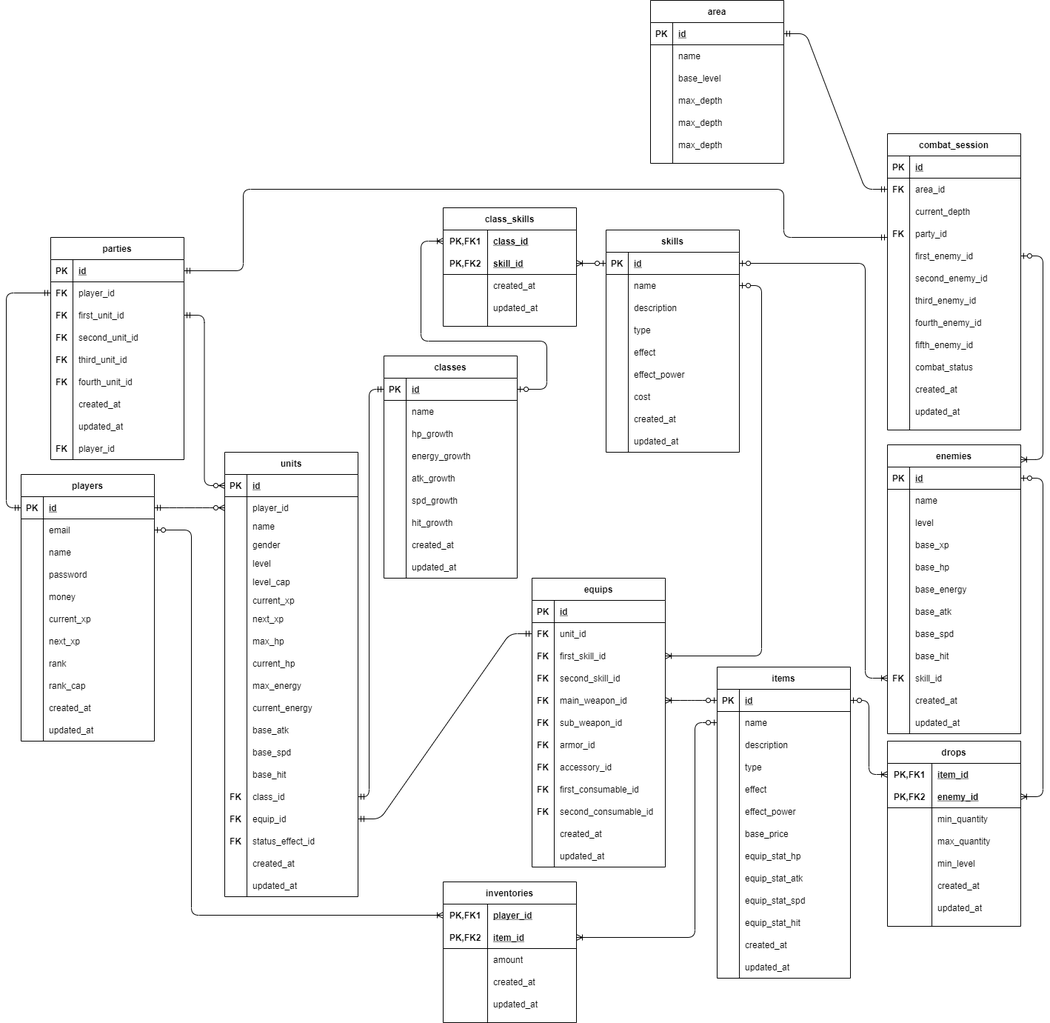
BudiartoSalim/ts-dg-explorer-server keeps this draw.io diagram as docs/dg-explorer-erd.png. Above is the earlier version. Source tidied: cells renumbered, new cells last; positions are measured from the earlier drawing's top-left corner, leaving out a move shared by most shapes.
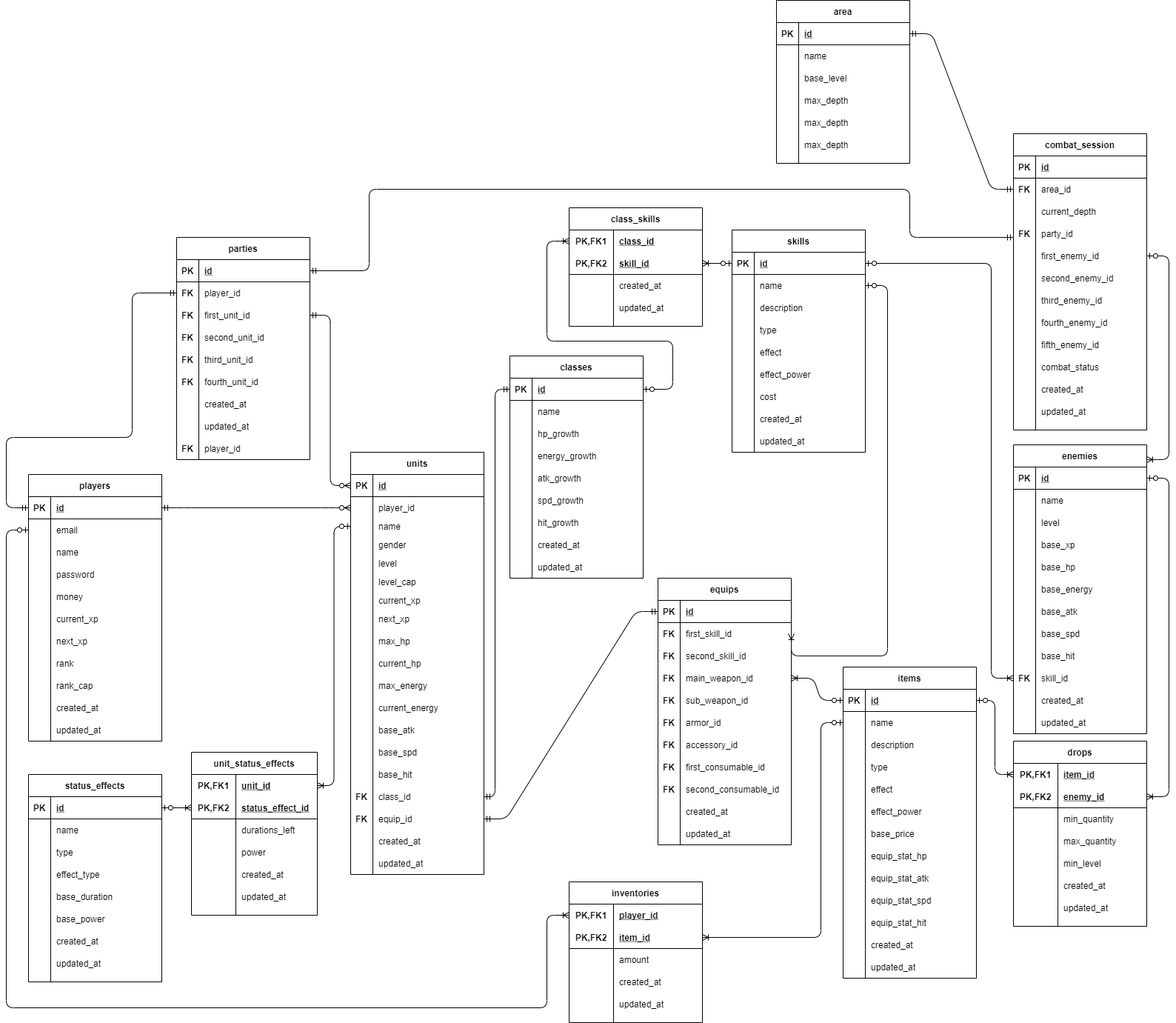
After the commit.

Commit message:
added status effects and the conjunction table in erd

The edit, as a diff of the source:
```diff
@@ -5,3 +5,3 @@
     <mxCell id="2" value="players" style="shape=table;startSize=30;rowLines=0;fontStyle=1;align=center;" parent="1" vertex="1">
-      <mxGeometry x="20" y="640" width="180" height="360" as="geometry" />
+      <mxGeometry x="-140" y="640" width="180" height="360" as="geometry" />
     </mxCell>
@@ -107,3 +107,3 @@
     <mxCell id="36" value="units" style="shape=table;startSize=30;rowLines=0;fontStyle=1;align=center;" parent="1" vertex="1">
-      <mxGeometry x="295" y="610" width="180" height="600" as="geometry" />
+      <mxGeometry x="295" y="610" width="180" height="570" as="geometry" />
     </mxCell>
@@ -262,13 +262,4 @@
     </mxCell>
-    <mxCell id="88" style="shape=partialRectangle;fillColor=none;top=0;left=0;bottom=0;right=0;" parent="36" vertex="1">
-      <mxGeometry y="510" width="180" height="30" as="geometry" />
-    </mxCell>
-    <mxCell id="89" value="FK" style="shape=partialRectangle;fillColor=none;top=0;left=0;bottom=0;right=0;overflow=hidden;fontStyle=1;" parent="88" vertex="1">
-      <mxGeometry width="30" height="30" as="geometry" />
-    </mxCell>
-    <mxCell id="90" value="status_effect_id" style="shape=partialRectangle;fillColor=none;top=0;left=0;bottom=0;right=0;align=left;spacingLeft=6;overflow=hidden;" parent="88" vertex="1">
-      <mxGeometry x="30" width="150" height="30" as="geometry" />
-    </mxCell>
     <mxCell id="91" style="shape=partialRectangle;fillColor=none;top=0;left=0;bottom=0;right=0;" parent="36" vertex="1">
-      <mxGeometry y="540" width="180" height="30" as="geometry" />
+      <mxGeometry y="510" width="180" height="30" as="geometry" />
     </mxCell>
@@ -281,3 +272,3 @@
     <mxCell id="94" style="shape=partialRectangle;fillColor=none;top=0;left=0;bottom=0;right=0;" parent="36" vertex="1">
-      <mxGeometry y="570" width="180" height="30" as="geometry" />
+      <mxGeometry y="540" width="180" height="30" as="geometry" />
     </mxCell>
@@ -471,3 +462,5 @@
         <Array as="points">
-          <mxPoint y="685" />
+          <mxPoint x="-170" y="685" />
+          <mxPoint x="-170" y="590" />
+          <mxPoint y="590" />
           <mxPoint y="395" />
@@ -480,3 +473,3 @@
     <mxCell id="157" value="equips" style="shape=table;startSize=30;rowLines=0;fontStyle=1;align=center;" parent="1" vertex="1">
-      <mxGeometry x="710" y="780" width="180" height="390" as="geometry" />
+      <mxGeometry x="710" y="780" width="180" height="360" as="geometry" />
     </mxCell>
@@ -491,13 +484,4 @@
     </mxCell>
-    <mxCell id="161" style="shape=partialRectangle;fillColor=none;top=0;left=0;bottom=0;right=0;points=[[0,0.5],[1,0.5]];portConstraint=eastwest;" parent="157" vertex="1">
-      <mxGeometry y="60" width="180" height="30" as="geometry" />
-    </mxCell>
-    <mxCell id="162" value="FK" style="shape=partialRectangle;fillColor=none;top=0;left=0;bottom=0;right=0;overflow=hidden;fontStyle=1;" parent="161" vertex="1">
-      <mxGeometry width="30" height="30" as="geometry" />
-    </mxCell>
-    <mxCell id="163" value="unit_id" style="shape=partialRectangle;fillColor=none;top=0;left=0;bottom=0;right=0;align=left;spacingLeft=6;overflow=hidden;" parent="161" vertex="1">
-      <mxGeometry x="30" width="150" height="30" as="geometry" />
-    </mxCell>
     <mxCell id="164" style="shape=partialRectangle;fillColor=none;top=0;left=0;bottom=0;right=0;points=[[0,0.5],[1,0.5]];portConstraint=eastwest;" parent="157" vertex="1">
-      <mxGeometry y="90" width="180" height="30" as="geometry" />
+      <mxGeometry y="60" width="180" height="30" as="geometry" />
     </mxCell>
@@ -510,3 +494,3 @@
     <mxCell id="167" style="shape=partialRectangle;fillColor=none;top=0;left=0;bottom=0;right=0;" parent="157" vertex="1">
-      <mxGeometry y="120" width="180" height="30" as="geometry" />
+      <mxGeometry y="90" width="180" height="30" as="geometry" />
     </mxCell>
@@ -519,3 +503,3 @@
     <mxCell id="170" style="shape=partialRectangle;fillColor=none;top=0;left=0;bottom=0;right=0;points=[[0,0.5],[1,0.5]];portConstraint=eastwest;" parent="157" vertex="1">
-      <mxGeometry y="150" width="180" height="30" as="geometry" />
+      <mxGeometry y="120" width="180" height="30" as="geometry" />
     </mxCell>
@@ -528,3 +512,3 @@
     <mxCell id="173" style="shape=partialRectangle;fillColor=none;top=0;left=0;bottom=0;right=0;" parent="157" vertex="1">
-      <mxGeometry y="180" width="180" height="30" as="geometry" />
+      <mxGeometry y="150" width="180" height="30" as="geometry" />
     </mxCell>
@@ -537,3 +521,3 @@
     <mxCell id="176" style="shape=partialRectangle;fillColor=none;top=0;left=0;bottom=0;right=0;" parent="157" vertex="1">
-      <mxGeometry y="210" width="180" height="30" as="geometry" />
+      <mxGeometry y="180" width="180" height="30" as="geometry" />
     </mxCell>
@@ -546,3 +530,3 @@
     <mxCell id="179" style="shape=partialRectangle;fillColor=none;top=0;left=0;bottom=0;right=0;" parent="157" vertex="1">
-      <mxGeometry y="240" width="180" height="30" as="geometry" />
+      <mxGeometry y="210" width="180" height="30" as="geometry" />
     </mxCell>
@@ -555,3 +539,3 @@
     <mxCell id="182" style="shape=partialRectangle;fillColor=none;top=0;left=0;bottom=0;right=0;" parent="157" vertex="1">
-      <mxGeometry y="270" width="180" height="30" as="geometry" />
+      <mxGeometry y="240" width="180" height="30" as="geometry" />
     </mxCell>
@@ -564,3 +548,3 @@
     <mxCell id="185" style="shape=partialRectangle;fillColor=none;top=0;left=0;bottom=0;right=0;" parent="157" vertex="1">
-      <mxGeometry y="300" width="180" height="30" as="geometry" />
+      <mxGeometry y="270" width="180" height="30" as="geometry" />
     </mxCell>
@@ -573,3 +557,3 @@
     <mxCell id="188" style="shape=partialRectangle;fillColor=none;top=0;left=0;bottom=0;right=0;" parent="157" vertex="1">
-      <mxGeometry y="330" width="180" height="30" as="geometry" />
+      <mxGeometry y="300" width="180" height="30" as="geometry" />
     </mxCell>
@@ -582,3 +566,3 @@
     <mxCell id="191" style="shape=partialRectangle;fillColor=none;top=0;left=0;bottom=0;right=0;" parent="157" vertex="1">
-      <mxGeometry y="360" width="180" height="30" as="geometry" />
+      <mxGeometry y="330" width="180" height="30" as="geometry" />
     </mxCell>
@@ -734,3 +718,3 @@
     </mxCell>
-    <mxCell id="238" style="edgeStyle=entityRelationEdgeStyle;fontSize=12;html=1;endArrow=ERmandOne;startArrow=ERmandOne;exitX=1;exitY=0.5;exitDx=0;exitDy=0;entryX=0;entryY=0.5;entryDx=0;entryDy=0;" parent="1" edge="1" source="85" target="161">
+    <mxCell id="238" style="edgeStyle=entityRelationEdgeStyle;fontSize=12;html=1;endArrow=ERmandOne;startArrow=ERmandOne;exitX=1;exitY=0.5;exitDx=0;exitDy=0;entryX=0;entryY=0.5;entryDx=0;entryDy=0;" parent="1" edge="1" source="85" target="158">
       <mxGeometry relative="1" as="geometry" />
@@ -908,7 +892,9 @@
     </mxCell>
-    <mxCell id="296" style="edgeStyle=orthogonalEdgeStyle;fontSize=12;html=1;endArrow=ERoneToMany;startArrow=ERzeroToOne;exitX=1;exitY=0.5;exitDx=0;exitDy=0;entryX=0;entryY=0.5;entryDx=0;entryDy=0;" parent="1" edge="1" source="6" target="281">
+    <mxCell id="296" style="edgeStyle=orthogonalEdgeStyle;fontSize=12;html=1;endArrow=ERoneToMany;startArrow=ERzeroToOne;exitX=0;exitY=0.5;exitDx=0;exitDy=0;entryX=0;entryY=0.5;entryDx=0;entryDy=0;" parent="1" edge="1" source="6" target="281">
       <mxGeometry relative="1" as="geometry">
         <Array as="points">
-          <mxPoint x="250" y="715" />
-          <mxPoint x="250" y="1235" />
+          <mxPoint x="-170" y="715" />
+          <mxPoint x="-170" y="1360" />
+          <mxPoint x="560" y="1360" />
+          <mxPoint x="560" y="1235" />
         </Array>
@@ -1305,2 +1291,140 @@
     </mxCell>
+    <mxCell id="419" value="status_effects" style="shape=table;startSize=30;rowLines=0;fontStyle=1;align=center;" parent="1" vertex="1">
+      <mxGeometry x="-140" y="1045" width="180" height="280" as="geometry" />
+    </mxCell>
+    <mxCell id="420" style="shape=partialRectangle;fillColor=none;top=0;left=0;bottom=1;right=0;points=[[0,0.5],[1,0.5]];portConstraint=eastwest;" parent="419" vertex="1">
+      <mxGeometry y="30" width="180" height="30" as="geometry" />
+    </mxCell>
+    <mxCell id="421" value="PK" style="shape=partialRectangle;fillColor=none;top=0;left=0;bottom=0;right=0;fontStyle=1;overflow=hidden;" parent="420" vertex="1">
+      <mxGeometry width="30" height="30" as="geometry" />
+    </mxCell>
+    <mxCell id="422" value="id" style="shape=partialRectangle;fillColor=none;top=0;left=0;bottom=0;right=0;align=left;spacingLeft=6;fontStyle=5;overflow=hidden;" parent="420" vertex="1">
+      <mxGeometry x="30" width="150" height="30" as="geometry" />
+    </mxCell>
+    <mxCell id="161" style="shape=partialRectangle;fillColor=none;top=0;left=0;bottom=0;right=0;points=[[0,0.5],[1,0.5]];portConstraint=eastwest;" parent="419" vertex="1">
+      <mxGeometry y="60" width="180" height="30" as="geometry" />
+    </mxCell>
+    <mxCell id="423" style="shape=partialRectangle;fillColor=none;top=0;left=0;bottom=0;right=0;overflow=hidden;" parent="161" vertex="1">
+      <mxGeometry width="30" height="30" as="geometry" />
+    </mxCell>
+    <mxCell id="424" value="name" style="shape=partialRectangle;fillColor=none;top=0;left=0;bottom=0;right=0;align=left;spacingLeft=6;overflow=hidden;" parent="161" vertex="1">
+      <mxGeometry x="30" width="150" height="30" as="geometry" />
+    </mxCell>
+    <mxCell id="425" style="shape=partialRectangle;fillColor=none;top=0;left=0;bottom=0;right=0;" parent="419" vertex="1">
+      <mxGeometry y="90" width="180" height="30" as="geometry" />
+    </mxCell>
+    <mxCell id="426" style="shape=partialRectangle;fillColor=none;top=0;left=0;bottom=0;right=0;overflow=hidden;" parent="425" vertex="1">
+      <mxGeometry width="30" height="30" as="geometry" />
+    </mxCell>
+    <mxCell id="427" value="type" style="shape=partialRectangle;fillColor=none;top=0;left=0;bottom=0;right=0;align=left;spacingLeft=6;overflow=hidden;" parent="425" vertex="1">
+      <mxGeometry x="30" width="150" height="30" as="geometry" />
+    </mxCell>
+    <mxCell id="428" style="shape=partialRectangle;fillColor=none;top=0;left=0;bottom=0;right=0;" parent="419" vertex="1">
+      <mxGeometry y="120" width="180" height="30" as="geometry" />
+    </mxCell>
+    <mxCell id="429" style="shape=partialRectangle;fillColor=none;top=0;left=0;bottom=0;right=0;overflow=hidden;" parent="428" vertex="1">
+      <mxGeometry width="30" height="30" as="geometry" />
+    </mxCell>
+    <mxCell id="430" value="effect_type" style="shape=partialRectangle;fillColor=none;top=0;left=0;bottom=0;right=0;align=left;spacingLeft=6;overflow=hidden;" parent="428" vertex="1">
+      <mxGeometry x="30" width="150" height="30" as="geometry" />
+    </mxCell>
+    <mxCell id="431" style="shape=partialRectangle;fillColor=none;top=0;left=0;bottom=0;right=0;" parent="419" vertex="1">
+      <mxGeometry y="150" width="180" height="30" as="geometry" />
+    </mxCell>
+    <mxCell id="432" style="shape=partialRectangle;fillColor=none;top=0;left=0;bottom=0;right=0;overflow=hidden;" parent="431" vertex="1">
+      <mxGeometry width="30" height="30" as="geometry" />
+    </mxCell>
+    <mxCell id="433" value="base_duration" style="shape=partialRectangle;fillColor=none;top=0;left=0;bottom=0;right=0;align=left;spacingLeft=6;overflow=hidden;" parent="431" vertex="1">
+      <mxGeometry x="30" width="150" height="30" as="geometry" />
+    </mxCell>
+    <mxCell id="434" style="shape=partialRectangle;fillColor=none;top=0;left=0;bottom=0;right=0;" parent="419" vertex="1">
+      <mxGeometry y="180" width="180" height="30" as="geometry" />
+    </mxCell>
+    <mxCell id="435" style="shape=partialRectangle;fillColor=none;top=0;left=0;bottom=0;right=0;overflow=hidden;" parent="434" vertex="1">
+      <mxGeometry width="30" height="30" as="geometry" />
+    </mxCell>
+    <mxCell id="436" value="base_power" style="shape=partialRectangle;fillColor=none;top=0;left=0;bottom=0;right=0;align=left;spacingLeft=6;overflow=hidden;" parent="434" vertex="1">
+      <mxGeometry x="30" width="150" height="30" as="geometry" />
+    </mxCell>
+    <mxCell id="437" style="shape=partialRectangle;fillColor=none;top=0;left=0;bottom=0;right=0;" parent="419" vertex="1">
+      <mxGeometry y="210" width="180" height="30" as="geometry" />
+    </mxCell>
+    <mxCell id="438" style="shape=partialRectangle;fillColor=none;top=0;left=0;bottom=0;right=0;overflow=hidden;" parent="437" vertex="1">
+      <mxGeometry width="30" height="30" as="geometry" />
+    </mxCell>
+    <mxCell id="439" value="created_at" style="shape=partialRectangle;fillColor=none;top=0;left=0;bottom=0;right=0;align=left;spacingLeft=6;overflow=hidden;" parent="437" vertex="1">
+      <mxGeometry x="30" width="150" height="30" as="geometry" />
+    </mxCell>
+    <mxCell id="440" style="shape=partialRectangle;fillColor=none;top=0;left=0;bottom=0;right=0;" parent="419" vertex="1">
+      <mxGeometry y="240" width="180" height="30" as="geometry" />
+    </mxCell>
+    <mxCell id="441" style="shape=partialRectangle;fillColor=none;top=0;left=0;bottom=0;right=0;overflow=hidden;" parent="440" vertex="1">
+      <mxGeometry width="30" height="30" as="geometry" />
+    </mxCell>
+    <mxCell id="442" value="updated_at" style="shape=partialRectangle;fillColor=none;top=0;left=0;bottom=0;right=0;align=left;spacingLeft=6;overflow=hidden;" parent="440" vertex="1">
+      <mxGeometry x="30" width="150" height="30" as="geometry" />
+    </mxCell>
+    <mxCell id="443" value="unit_status_effects" style="shape=table;startSize=30;rowLines=0;fontStyle=1;align=center;" parent="1" vertex="1">
+      <mxGeometry x="80" y="1015" width="170" height="220" as="geometry" />
+    </mxCell>
+    <mxCell id="444" style="shape=partialRectangle;fillColor=none;top=0;left=0;bottom=0;right=0;points=[[0,0.5],[1,0.5]];portConstraint=eastwest;" parent="443" vertex="1">
+      <mxGeometry y="30" width="170" height="30" as="geometry" />
+    </mxCell>
+    <mxCell id="445" value="PK,FK1" style="shape=partialRectangle;fillColor=none;top=0;left=0;bottom=0;right=0;fontStyle=1;overflow=hidden;" parent="444" vertex="1">
+      <mxGeometry width="60" height="30" as="geometry" />
+    </mxCell>
+    <mxCell id="163" value="unit_id" style="shape=partialRectangle;fillColor=none;top=0;left=0;bottom=0;right=0;align=left;spacingLeft=6;fontStyle=5;overflow=hidden;" parent="444" vertex="1">
+      <mxGeometry x="60" width="110" height="30" as="geometry" />
+    </mxCell>
+    <mxCell id="446" style="shape=partialRectangle;fillColor=none;top=0;left=0;bottom=1;right=0;points=[[0,0.5],[1,0.5]];portConstraint=eastwest;" parent="443" vertex="1">
+      <mxGeometry y="60" width="170" height="30" as="geometry" />
+    </mxCell>
+    <mxCell id="447" value="PK,FK2" style="shape=partialRectangle;fillColor=none;top=0;left=0;bottom=0;right=0;fontStyle=1;overflow=hidden;" parent="446" vertex="1">
+      <mxGeometry width="60" height="30" as="geometry" />
+    </mxCell>
+    <mxCell id="90" value="status_effect_id" style="shape=partialRectangle;fillColor=none;top=0;left=0;bottom=0;right=0;align=left;spacingLeft=6;fontStyle=5;overflow=hidden;" parent="446" vertex="1">
+      <mxGeometry x="60" width="110" height="30" as="geometry" />
+    </mxCell>
+    <mxCell id="448" style="shape=partialRectangle;fillColor=none;top=0;left=0;bottom=0;right=0;" parent="443" vertex="1">
+      <mxGeometry y="90" width="170" height="30" as="geometry" />
+    </mxCell>
+    <mxCell id="449" style="shape=partialRectangle;fillColor=none;top=0;left=0;bottom=0;right=0;overflow=hidden;" parent="448" vertex="1">
+      <mxGeometry width="60" height="30" as="geometry" />
+    </mxCell>
+    <mxCell id="450" value="durations_left" style="shape=partialRectangle;fillColor=none;top=0;left=0;bottom=0;right=0;align=left;spacingLeft=6;overflow=hidden;" parent="448" vertex="1">
+      <mxGeometry x="60" width="110" height="30" as="geometry" />
+    </mxCell>
+    <mxCell id="451" style="shape=partialRectangle;fillColor=none;top=0;left=0;bottom=0;right=0;" parent="443" vertex="1">
+      <mxGeometry y="120" width="170" height="30" as="geometry" />
+    </mxCell>
+    <mxCell id="452" style="shape=partialRectangle;fillColor=none;top=0;left=0;bottom=0;right=0;overflow=hidden;" parent="451" vertex="1">
+      <mxGeometry width="60" height="30" as="geometry" />
+    </mxCell>
+    <mxCell id="453" value="power" style="shape=partialRectangle;fillColor=none;top=0;left=0;bottom=0;right=0;align=left;spacingLeft=6;overflow=hidden;" parent="451" vertex="1">
+      <mxGeometry x="60" width="110" height="30" as="geometry" />
+    </mxCell>
+    <mxCell id="454" style="shape=partialRectangle;fillColor=none;top=0;left=0;bottom=0;right=0;" parent="443" vertex="1">
+      <mxGeometry y="150" width="170" height="30" as="geometry" />
+    </mxCell>
+    <mxCell id="455" style="shape=partialRectangle;fillColor=none;top=0;left=0;bottom=0;right=0;overflow=hidden;" parent="454" vertex="1">
+      <mxGeometry width="60" height="30" as="geometry" />
+    </mxCell>
+    <mxCell id="456" value="created_at" style="shape=partialRectangle;fillColor=none;top=0;left=0;bottom=0;right=0;align=left;spacingLeft=6;overflow=hidden;" parent="454" vertex="1">
+      <mxGeometry x="60" width="110" height="30" as="geometry" />
+    </mxCell>
+    <mxCell id="457" style="shape=partialRectangle;fillColor=none;top=0;left=0;bottom=0;right=0;" parent="443" vertex="1">
+      <mxGeometry y="180" width="170" height="30" as="geometry" />
+    </mxCell>
+    <mxCell id="458" style="shape=partialRectangle;fillColor=none;top=0;left=0;bottom=0;right=0;overflow=hidden;" parent="457" vertex="1">
+      <mxGeometry width="60" height="30" as="geometry" />
+    </mxCell>
+    <mxCell id="459" value="updated_at" style="shape=partialRectangle;fillColor=none;top=0;left=0;bottom=0;right=0;align=left;spacingLeft=6;overflow=hidden;" parent="457" vertex="1">
+      <mxGeometry x="60" width="110" height="30" as="geometry" />
+    </mxCell>
+    <mxCell id="460" style="edgeStyle=entityRelationEdgeStyle;fontSize=12;html=1;endArrow=ERoneToMany;startArrow=ERzeroToOne;exitX=1;exitY=0.5;exitDx=0;exitDy=0;entryX=0;entryY=0.5;entryDx=0;entryDy=0;" parent="1" edge="1" source="420" target="446">
+      <mxGeometry relative="1" as="geometry" />
+    </mxCell>
+    <mxCell id="461" style="edgeStyle=orthogonalEdgeStyle;fontSize=12;html=1;endArrow=ERoneToMany;startArrow=ERzeroToOne;exitX=0;exitY=0.5;exitDx=0;exitDy=0;entryX=1;entryY=0.5;entryDx=0;entryDy=0;" parent="1" edge="1" source="43" target="444">
+      <mxGeometry relative="1" as="geometry" />
+    </mxCell>
   </root>
```
